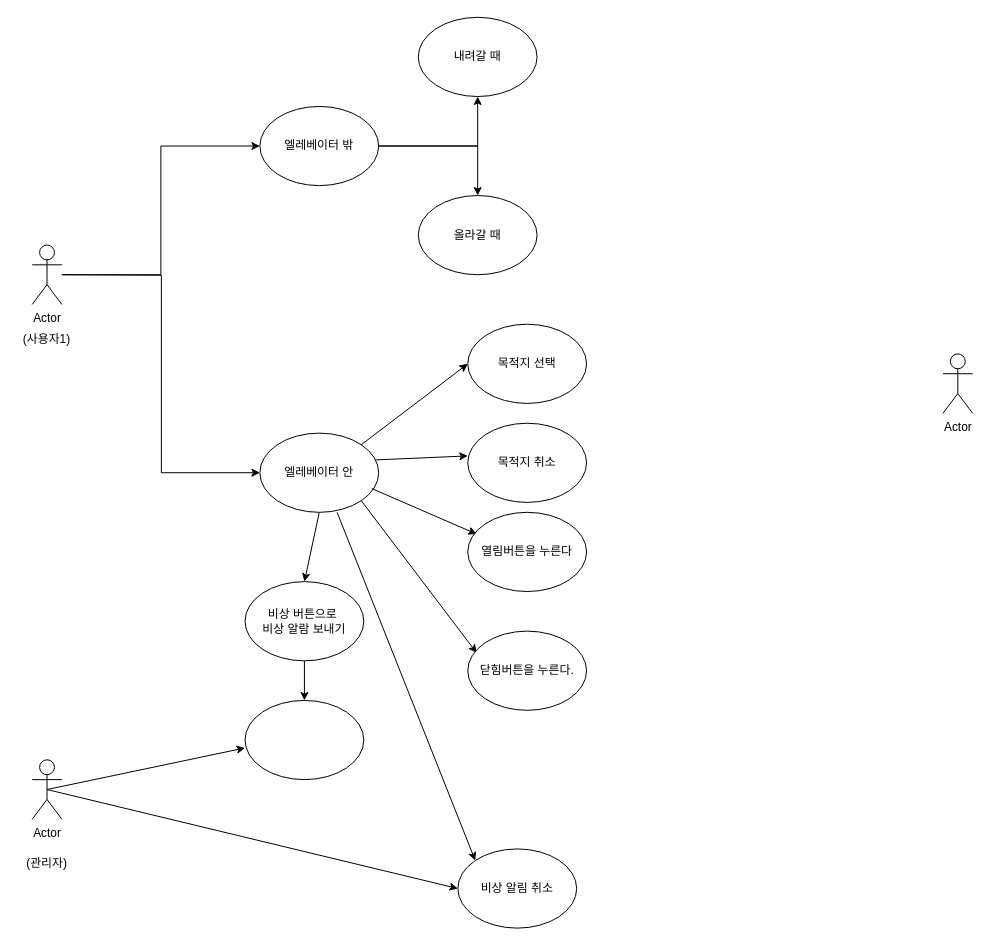
Above: 엘레베이터 정의서.drawio in doit0/usecase-diagram (draw.io), before the change. Source tidied: cells renumbered, new cells numbered last; positions are measured from the earlier drawing's top-left corner, leaving out a move shared by most shapes. Both pictures are drawn from the tidied source at 99%, with x=0, y=0 at pixel (17, 17).
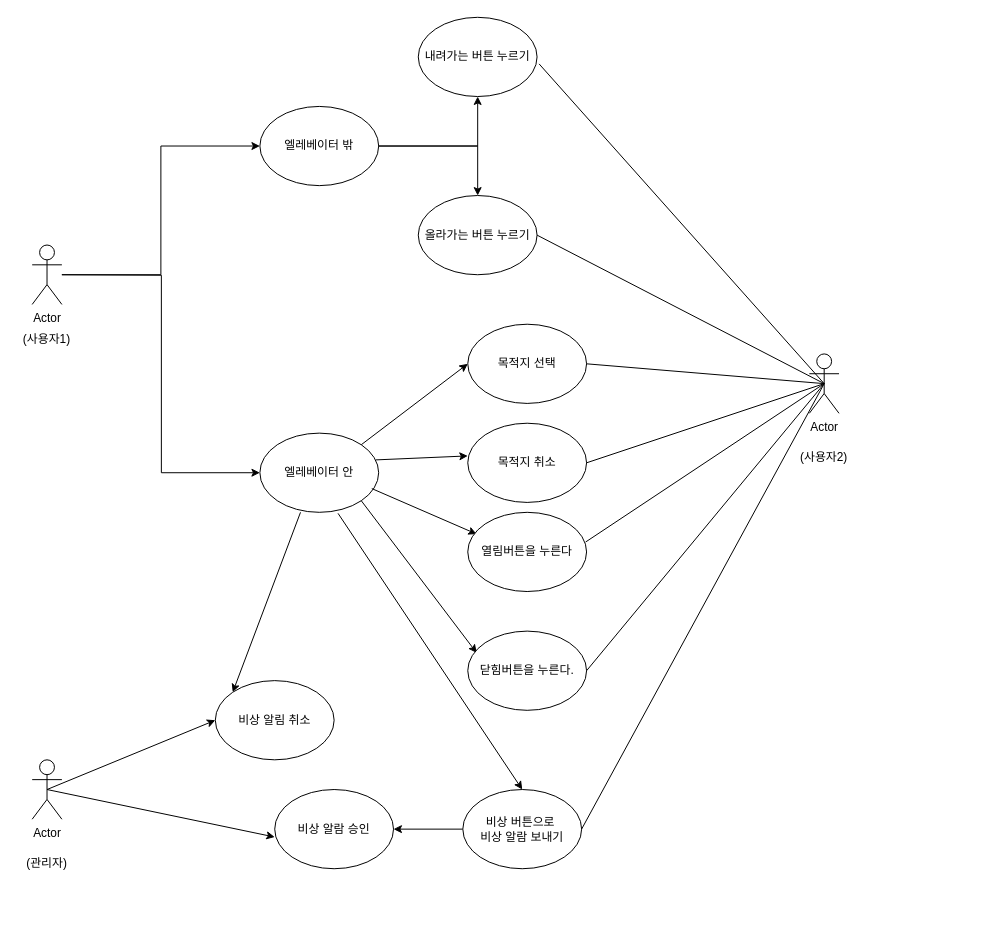
Above is the later version.

Commit message:
엘레베이터 정의서.drawio 업데이트

Unchanged cells that the change refers to:
```xml
<mxCell id="10" value="엘레베이터 안" style="ellipse;whiteSpace=wrap;html=1;" parent="1" vertex="1">
  <mxGeometry x="245" y="420" width="120" height="80" as="geometry" />
</mxCell>
<mxCell id="14" value="목적지 선택" style="ellipse;whiteSpace=wrap;html=1;" parent="1" vertex="1">
  <mxGeometry x="455" y="310" width="120" height="80" as="geometry" />
</mxCell>
<mxCell id="17" value="목적지 취소" style="ellipse;whiteSpace=wrap;html=1;" parent="1" vertex="1">
  <mxGeometry x="455" y="410" width="120" height="80" as="geometry" />
</mxCell>
<mxCell id="18" value="열림버튼을 누른다" style="ellipse;whiteSpace=wrap;html=1;" parent="1" vertex="1">
  <mxGeometry x="455" y="500" width="120" height="80" as="geometry" />
</mxCell>
<mxCell id="20" value="닫힘버튼을 누른다." style="ellipse;whiteSpace=wrap;html=1;" parent="1" vertex="1">
  <mxGeometry x="455" y="620" width="120" height="80" as="geometry" />
</mxCell>
```

What changed in the source:
```diff
@@
     <mxCell id="5" value="Actor" style="shape=umlActor;verticalLabelPosition=bottom;verticalAlign=top;html=1;outlineConnect=0;" parent="1" vertex="1">
-      <mxGeometry x="935" y="340" width="30" height="60" as="geometry" />
+      <mxGeometry x="800" y="340" width="30" height="60" as="geometry" />
     </mxCell>
@@
-    <mxCell id="11" value="내려갈 때" style="ellipse;whiteSpace=wrap;html=1;" parent="1" vertex="1">
+    <mxCell id="11" value="내려가는 버튼 누르기" style="ellipse;whiteSpace=wrap;html=1;" parent="1" vertex="1">
       <mxGeometry x="405" width="120" height="80" as="geometry" />
     </mxCell>
-    <mxCell id="12" value="올라갈 때" style="ellipse;whiteSpace=wrap;html=1;" parent="1" vertex="1">
+    <mxCell id="12" value="올라가는 버튼 누르기" style="ellipse;whiteSpace=wrap;html=1;" parent="1" vertex="1">
       <mxGeometry x="405" y="180" width="120" height="80" as="geometry" />
     </mxCell>
@@
-    <mxCell id="21" style="endArrow=classic;html=1;rounded=0;exitX=0.5;exitY=1;exitDx=0;exitDy=0;entryX=0.5;entryY=0;entryDx=0;entryDy=0;" parent="1" edge="1" source="10" target="23">
+    <mxCell id="21" style="endArrow=classic;html=1;rounded=0;exitX=0.658;exitY=1.013;exitDx=0;exitDy=0;entryX=0.5;entryY=0;entryDx=0;entryDy=0;exitPerimeter=0;" parent="1" edge="1" source="10" target="23">
       <mxGeometry relative="1" as="geometry" />
     </mxCell>
@@
     <mxCell id="23" value="비상 버튼으로&amp;nbsp;&lt;br&gt;비상 알람 보내기" style="ellipse;whiteSpace=wrap;html=1;" parent="1" vertex="1">
-      <mxGeometry x="230" y="570" width="120" height="80" as="geometry" />
+      <mxGeometry x="450" y="780" width="120" height="80" as="geometry" />
     </mxCell>
-    <mxCell id="24" style="endArrow=classic;html=1;rounded=0;entryX=0;entryY=0;entryDx=0;entryDy=0;exitX=0.65;exitY=1;exitDx=0;exitDy=0;exitPerimeter=0;" parent="1" edge="1" source="10" target="25">
+    <mxCell id="24" style="endArrow=classic;html=1;rounded=0;entryX=0;entryY=0;entryDx=0;entryDy=0;exitX=0.342;exitY=1;exitDx=0;exitDy=0;exitPerimeter=0;" parent="1" edge="1" source="10" target="25">
       <mxGeometry relative="1" as="geometry" />
     </mxCell>
     <mxCell id="25" value="비상 알림 취소" style="ellipse;whiteSpace=wrap;html=1;" parent="1" vertex="1">
-      <mxGeometry x="445" y="840" width="120" height="80" as="geometry" />
+      <mxGeometry x="200" y="670" width="120" height="80" as="geometry" />
     </mxCell>
@@
-    <mxCell id="29" style="ellipse;whiteSpace=wrap;html=1;" parent="1" vertex="1">
-      <mxGeometry x="230" y="690" width="120" height="80" as="geometry" />
+    <mxCell id="29" value="비상 알람 승인" style="ellipse;whiteSpace=wrap;html=1;" parent="1" vertex="1">
+      <mxGeometry x="260" y="780" width="120" height="80" as="geometry" />
     </mxCell>
@@
+    <mxCell id="31" style="endArrow=none;html=1;rounded=0;exitX=1;exitY=0.5;exitDx=0;exitDy=0;entryX=0.5;entryY=0.5;entryDx=0;entryDy=0;entryPerimeter=0;" parent="1" edge="1" source="14" target="5">
+      <mxGeometry relative="1" as="geometry" />
+    </mxCell>
+    <mxCell id="32" style="endArrow=none;html=1;rounded=0;exitX=1;exitY=0.5;exitDx=0;exitDy=0;entryX=0.5;entryY=0.5;entryDx=0;entryDy=0;entryPerimeter=0;" parent="1" edge="1" source="17" target="5">
+      <mxGeometry relative="1" as="geometry" />
+    </mxCell>
+    <mxCell id="33" style="endArrow=none;html=1;rounded=0;exitX=0.992;exitY=0.375;exitDx=0;exitDy=0;entryX=0.5;entryY=0.5;entryDx=0;entryDy=0;entryPerimeter=0;exitPerimeter=0;" parent="1" edge="1" source="18" target="5">
+      <mxGeometry relative="1" as="geometry" />
+    </mxCell>
+    <mxCell id="34" style="endArrow=none;html=1;rounded=0;exitX=1;exitY=0.5;exitDx=0;exitDy=0;entryX=0.5;entryY=0.5;entryDx=0;entryDy=0;entryPerimeter=0;" parent="1" edge="1" source="20" target="5">
+      <mxGeometry relative="1" as="geometry" />
+    </mxCell>
+    <mxCell id="35" style="endArrow=none;html=1;rounded=0;exitX=1;exitY=0.5;exitDx=0;exitDy=0;entryX=0.5;entryY=0.5;entryDx=0;entryDy=0;entryPerimeter=0;" parent="1" edge="1" source="23" target="5">
+      <mxGeometry relative="1" as="geometry" />
+    </mxCell>
+    <mxCell id="36" style="endArrow=none;html=1;rounded=0;exitX=1;exitY=0.5;exitDx=0;exitDy=0;entryX=0.5;entryY=0.5;entryDx=0;entryDy=0;entryPerimeter=0;" parent="1" edge="1" source="12" target="5">
+      <mxGeometry relative="1" as="geometry" />
+    </mxCell>
+    <mxCell id="37" style="endArrow=none;html=1;rounded=0;exitX=1.017;exitY=0.588;exitDx=0;exitDy=0;entryX=0.5;entryY=0.5;entryDx=0;entryDy=0;entryPerimeter=0;exitPerimeter=0;" parent="1" edge="1" source="11" target="5">
+      <mxGeometry relative="1" as="geometry" />
+    </mxCell>
+    <mxCell id="38" value="(사용자2)" style="text;html=1;strokeColor=none;fillColor=none;align=center;verticalAlign=middle;whiteSpace=wrap;rounded=0;" parent="1" vertex="1">
+      <mxGeometry x="785" y="430" width="60" height="30" as="geometry" />
+    </mxCell>
```
